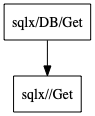
Before: resource/sqlx/function_sqlx_DB_Get.png, a diagram exported from Graphviz (hellolintong/navigation_backend). Its source is kept beside it as resource/sqlx/function_sqlx_DB_Get.dot.
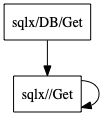
After the commit.

Diff of the diagram source:
```diff
@@ -1,4 +1,13 @@
 digraph gph {
 "sqlx/DB/Get" [label="sqlx/DB/Get", shape="box"];
+"sqlx//Get" [label="sqlx//Get", shape="box"];
+"sqlx//Get" [label="sqlx//Get", shape="box"];
+"sqlx//Get" [label="sqlx//Get", shape="box"];
+"sqlx//Get" [label="sqlx//Get", shape="box"];
+"sqlx//Get" [label="sqlx//Get", shape="box"];
+"sqlx//Get" [label="sqlx//Get", shape="box"];
+"sqlx//Get" [label="sqlx//Get", shape="box"];
+"sqlx//Get" [label="sqlx//Get", shape="box"];
 "sqlx//Get" [label="sqlx//Get", shape="box"];"sqlx/DB/Get"->"sqlx//Get";
+"sqlx//Get"->"sqlx//Get";
 }
```
